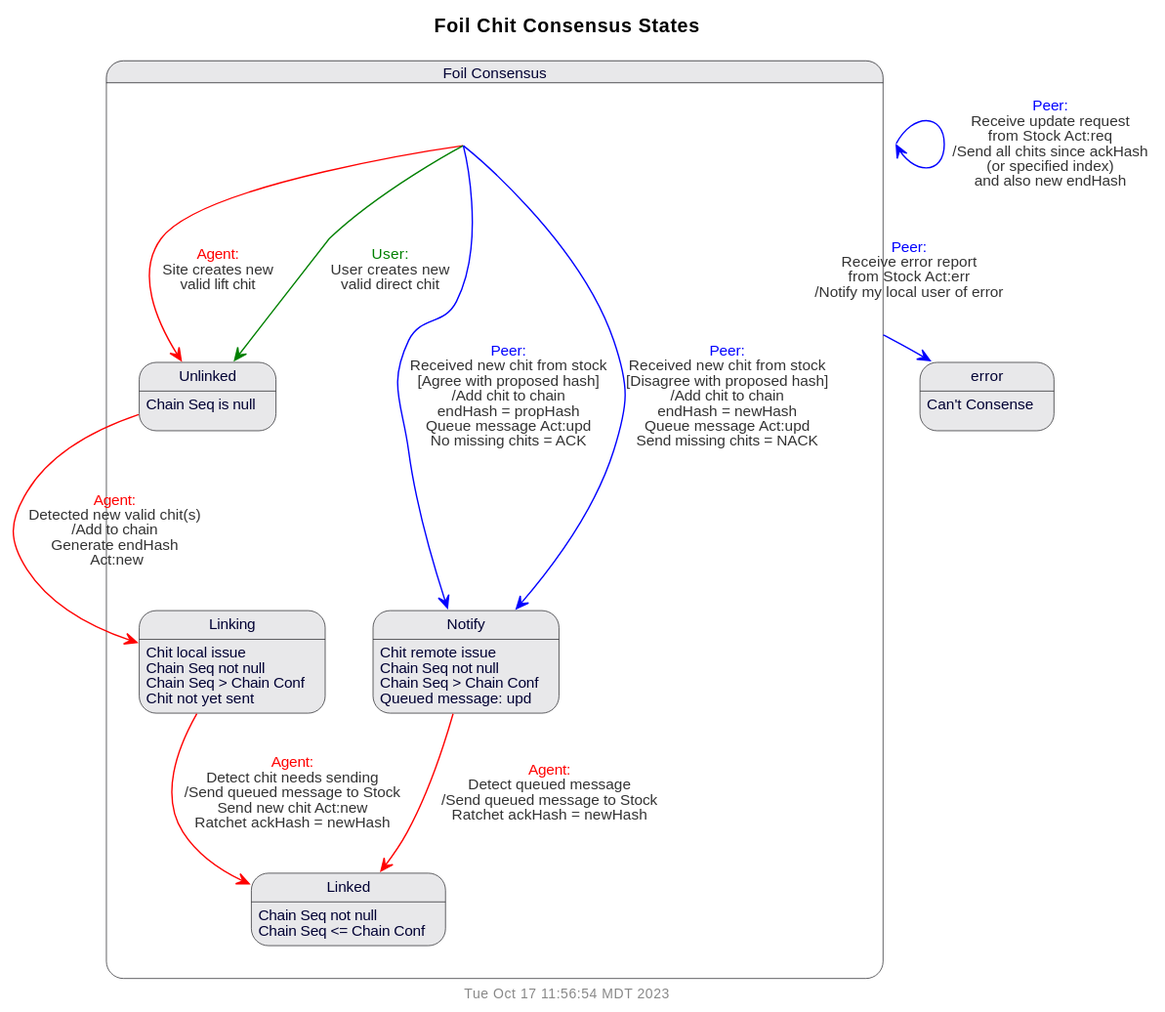
The PlantUML diagram doc/uml/state-conf.svg in gotchoices/MyCHIPs, before a commit. Source of this version:
```plantuml
@startuml
!include common.puml
$title(Foil Chit Consensus States)

state foil {
  state "Unlinked" as unlinked
  state "Linking" as linking
  state "Linked" as linked
  state "Notify" as notify
}
state "Foil Consensus" as foil

error: Can't Consense
unlinked: Chain Seq is null
linked: Chain Seq not null
linked: Chain Seq <= Chain Conf
linking: Chit local issue
linking: Chain Seq not null
linking: Chain Seq > Chain Conf
linking: Chit not yet sent
notify: Chit remote issue
notify: Chain Seq not null
notify: Chain Seq > Chain Conf
notify: Queued message: upd

foil -[$db]-> unlinked: $trans($db, Site creates new\nvalid lift chit,'')
foil -[$user]-> unlinked: $trans($user, User creates new\nvalid direct chit,'')
foil -[$peer]-> notify: $trans($peer,Received new chit from stock,'Agree with proposed hash', 'Add chit to chain\nendHash = propHash\nQueue message Act:upd\nNo missing chits = ACK')
foil -[$peer]-> notify: $trans($peer,Received new chit from stock,'Disagree with proposed hash', 'Add chit to chain\nendHash = newHash\nQueue message Act:upd\nSend missing chits = NACK')

unlinked -[$db]-> linking: $trans($db,Detected new valid chit(s),'', 'Add to chain\nGenerate endHash\n Act:new')
linking -[$db]-> linked: $trans($db,Detect chit needs sending,'', 'Send queued message to Stock\nSend new chit Act:new\nRatchet ackHash = newHash')
notify -[$db]-> linked: $trans($db,Detect queued message,'', 'Send queued message to Stock\nRatchet ackHash = newHash')

foil -[$peer]-> foil: $trans($peer,Receive update request\nfrom Stock Act:req,'', 'Send all chits since ackHash\n(or specified index)\nand also new endHash')
foil -[$peer]-> error: $trans($peer,Receive error report\nfrom Stock Act:err,'', 'Notify my local user of error')
@enduml
```
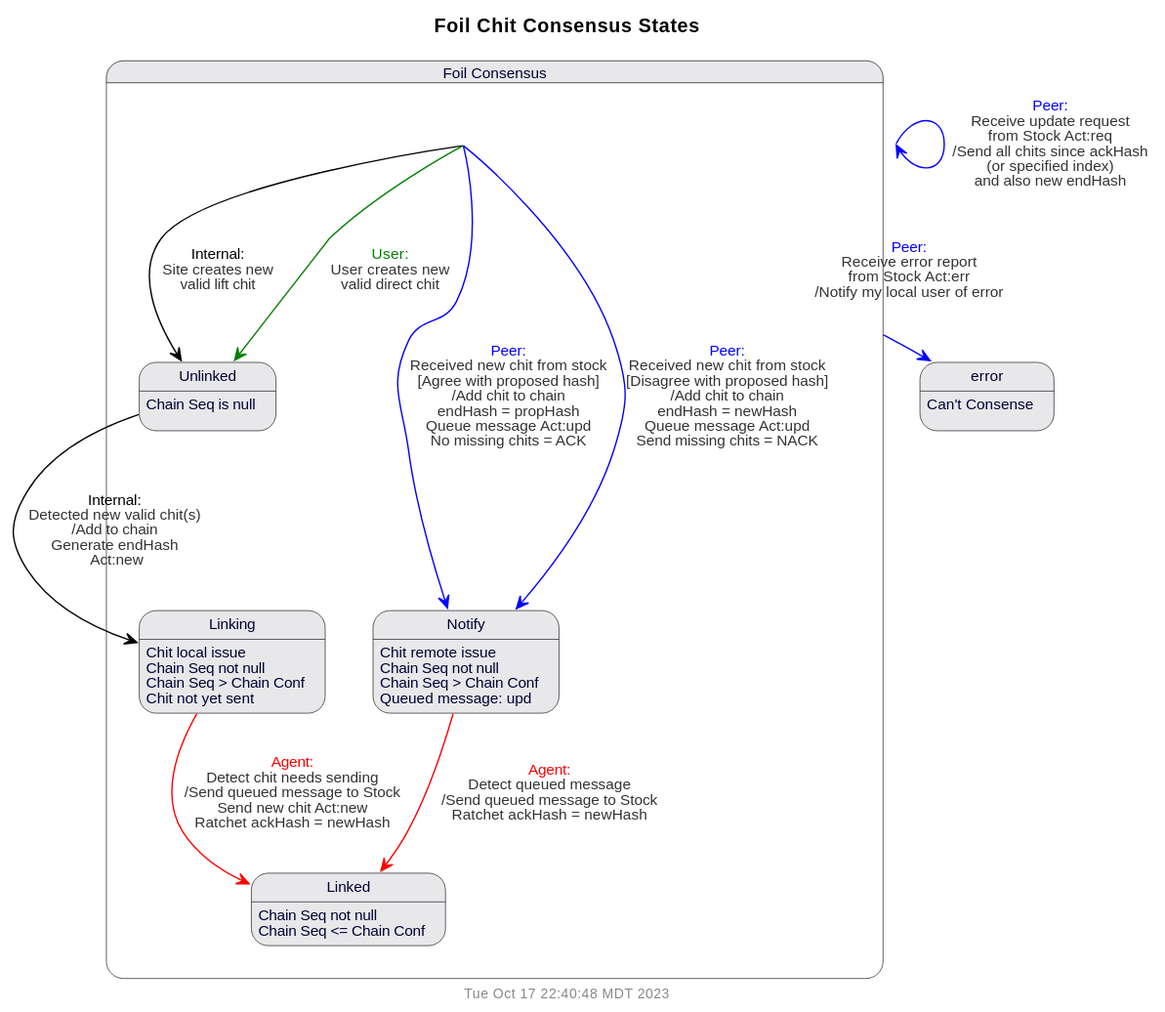
The same diagram one commit later.

Commit message:
Clean up state diagrams

Diff of the diagram source:
```diff
@@ -23,12 +23,12 @@
 notify: Chain Seq > Chain Conf
 notify: Queued message: upd
 
-foil -[$db]-> unlinked: $trans($db, Site creates new\nvalid lift chit,'')
+foil --> unlinked: $trans(Internal, Site creates new\nvalid lift chit,'')
 foil -[$user]-> unlinked: $trans($user, User creates new\nvalid direct chit,'')
 foil -[$peer]-> notify: $trans($peer,Received new chit from stock,'Agree with proposed hash', 'Add chit to chain\nendHash = propHash\nQueue message Act:upd\nNo missing chits = ACK')
 foil -[$peer]-> notify: $trans($peer,Received new chit from stock,'Disagree with proposed hash', 'Add chit to chain\nendHash = newHash\nQueue message Act:upd\nSend missing chits = NACK')
 
-unlinked -[$db]-> linking: $trans($db,Detected new valid chit(s),'', 'Add to chain\nGenerate endHash\n Act:new')
+unlinked --> linking: $trans(Internal,Detected new valid chit(s),'', 'Add to chain\nGenerate endHash\n Act:new')
 linking -[$db]-> linked: $trans($db,Detect chit needs sending,'', 'Send queued message to Stock\nSend new chit Act:new\nRatchet ackHash = newHash')
 notify -[$db]-> linked: $trans($db,Detect queued message,'', 'Send queued message to Stock\nRatchet ackHash = newHash')
 
```
